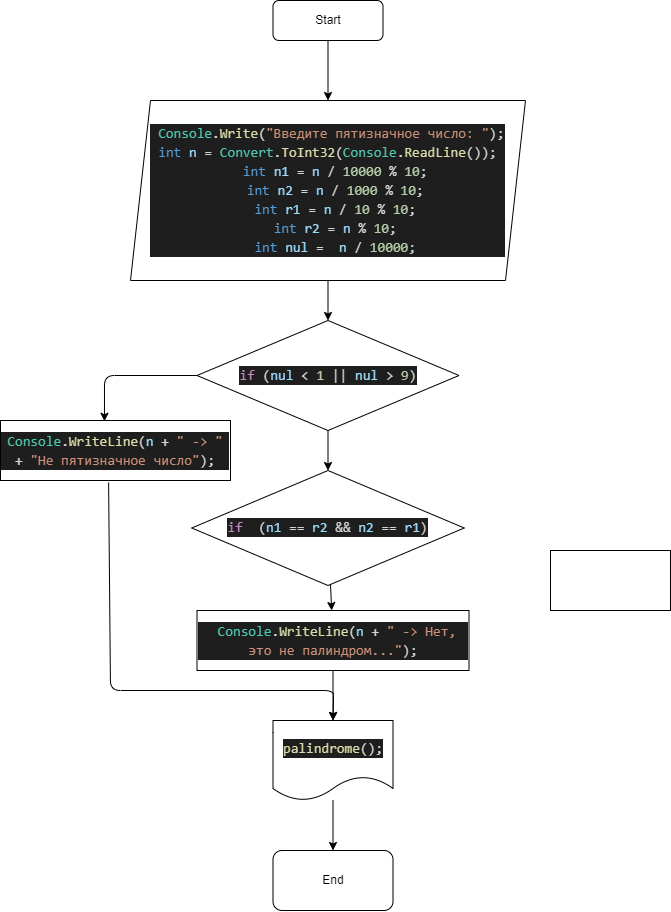
This is Home_work_003/Ex_001_Paliandrome5Digit/diagram_001_Paliandrome5Digit.drawio.png from Alexiker99/CSharpCource, a draw.io export, as it was before one commit. Source tidied: cells renumbered, new cells last; positions are measured from the earlier drawing's top-left corner, leaving out a move shared by most shapes. Source of this version:
```xml
<mxGraphModel>
  <root>
    <mxCell id="0" />
    <mxCell id="1" parent="0" />
    <mxCell id="2" style="edgeStyle=none;html=1;" parent="1" edge="1" source="3" target="5">
      <mxGeometry relative="1" as="geometry" />
    </mxCell>
    <mxCell id="3" value="Start" style="rounded=1;whiteSpace=wrap;html=1;" parent="1" vertex="1">
      <mxGeometry x="272.5" width="110" height="40" as="geometry" />
    </mxCell>
    <mxCell id="4" style="edgeStyle=none;html=1;" parent="1" edge="1" source="5" target="8">
      <mxGeometry relative="1" as="geometry" />
    </mxCell>
    <mxCell id="5" value="&lt;div style=&quot;color: rgb(212 , 212 , 212) ; background-color: rgb(30 , 30 , 30) ; font-family: &amp;#34;consolas&amp;#34; , &amp;#34;courier new&amp;#34; , monospace ; font-size: 14px ; line-height: 19px&quot;&gt;&lt;div&gt;&amp;nbsp;&lt;span style=&quot;color: #4ec9b0&quot;&gt;Console&lt;/span&gt;.&lt;span style=&quot;color: #dcdcaa&quot;&gt;Write&lt;/span&gt;(&lt;span style=&quot;color: #ce9178&quot;&gt;&quot;Введите пятизначное число: &quot;&lt;/span&gt;);&lt;/div&gt;&lt;div&gt;&lt;span style=&quot;color: #569cd6&quot;&gt;int&lt;/span&gt; &lt;span style=&quot;color: #9cdcfe&quot;&gt;n&lt;/span&gt; = &lt;span style=&quot;color: #4ec9b0&quot;&gt;Convert&lt;/span&gt;.&lt;span style=&quot;color: #dcdcaa&quot;&gt;ToInt32&lt;/span&gt;(&lt;span style=&quot;color: #4ec9b0&quot;&gt;Console&lt;/span&gt;.&lt;span style=&quot;color: #dcdcaa&quot;&gt;ReadLine&lt;/span&gt;()); &lt;/div&gt;&lt;div&gt;&amp;nbsp; &lt;span style=&quot;color: #569cd6&quot;&gt;int&lt;/span&gt; &lt;span style=&quot;color: #9cdcfe&quot;&gt;n1&lt;/span&gt; = &lt;span style=&quot;color: #9cdcfe&quot;&gt;n&lt;/span&gt; / &lt;span style=&quot;color: #b5cea8&quot;&gt;10000&lt;/span&gt; % &lt;span style=&quot;color: #b5cea8&quot;&gt;10&lt;/span&gt;;&lt;/div&gt;&lt;div&gt;&amp;nbsp; &lt;span style=&quot;color: #569cd6&quot;&gt;int&lt;/span&gt; &lt;span style=&quot;color: #9cdcfe&quot;&gt;n2&lt;/span&gt; = &lt;span style=&quot;color: #9cdcfe&quot;&gt;n&lt;/span&gt; / &lt;span style=&quot;color: #b5cea8&quot;&gt;1000&lt;/span&gt; % &lt;span style=&quot;color: #b5cea8&quot;&gt;10&lt;/span&gt;;&lt;/div&gt;&lt;div&gt;&amp;nbsp; &lt;span style=&quot;color: #569cd6&quot;&gt;int&lt;/span&gt; &lt;span style=&quot;color: #9cdcfe&quot;&gt;r1&lt;/span&gt; = &lt;span style=&quot;color: #9cdcfe&quot;&gt;n&lt;/span&gt; / &lt;span style=&quot;color: #b5cea8&quot;&gt;10&lt;/span&gt; % &lt;span style=&quot;color: #b5cea8&quot;&gt;10&lt;/span&gt;;&lt;/div&gt;&lt;div&gt;&amp;nbsp; &lt;span style=&quot;color: #569cd6&quot;&gt;int&lt;/span&gt; &lt;span style=&quot;color: #9cdcfe&quot;&gt;r2&lt;/span&gt; = &lt;span style=&quot;color: #9cdcfe&quot;&gt;n&lt;/span&gt; % &lt;span style=&quot;color: #b5cea8&quot;&gt;10&lt;/span&gt;;&lt;/div&gt;&lt;div&gt;&amp;nbsp; &lt;span style=&quot;color: #569cd6&quot;&gt;int&lt;/span&gt; &lt;span style=&quot;color: #9cdcfe&quot;&gt;nul&lt;/span&gt; = &amp;nbsp;&lt;span style=&quot;color: #9cdcfe&quot;&gt;n&lt;/span&gt; / &lt;span style=&quot;color: #b5cea8&quot;&gt;10000&lt;/span&gt;;&lt;/div&gt;&lt;/div&gt;" style="shape=parallelogram;perimeter=parallelogramPerimeter;whiteSpace=wrap;html=1;fixedSize=1;" parent="1" vertex="1">
      <mxGeometry x="130" y="100" width="395" height="180" as="geometry" />
    </mxCell>
    <mxCell id="6" style="edgeStyle=none;html=1;" parent="1" edge="1" source="8" target="13">
      <mxGeometry relative="1" as="geometry" />
    </mxCell>
    <mxCell id="7" style="edgeStyle=none;html=1;entryX=0.452;entryY=0.013;entryDx=0;entryDy=0;entryPerimeter=0;" parent="1" edge="1" source="8" target="17">
      <mxGeometry relative="1" as="geometry">
        <Array as="points">
          <mxPoint x="104" y="375" />
        </Array>
      </mxGeometry>
    </mxCell>
    <mxCell id="8" value="&lt;div style=&quot;color: rgb(212 , 212 , 212) ; background-color: rgb(30 , 30 , 30) ; font-family: &amp;#34;consolas&amp;#34; , &amp;#34;courier new&amp;#34; , monospace ; font-size: 14px ; line-height: 19px&quot;&gt;&lt;span style=&quot;color: #c586c0&quot;&gt;if&lt;/span&gt; (&lt;span style=&quot;color: #9cdcfe&quot;&gt;nul&lt;/span&gt; &amp;lt; &lt;span style=&quot;color: #b5cea8&quot;&gt;1&lt;/span&gt; || &lt;span style=&quot;color: #9cdcfe&quot;&gt;nul&lt;/span&gt; &amp;gt; &lt;span style=&quot;color: #b5cea8&quot;&gt;9&lt;/span&gt;)&lt;/div&gt;" style="rhombus;whiteSpace=wrap;html=1;" parent="1" vertex="1">
      <mxGeometry x="196.5" y="320" width="262" height="110" as="geometry" />
    </mxCell>
    <mxCell id="9" style="edgeStyle=none;html=1;" parent="1" edge="1" source="10" target="11">
      <mxGeometry relative="1" as="geometry" />
    </mxCell>
    <mxCell id="10" value="&lt;div style=&quot;color: rgb(212 , 212 , 212) ; background-color: rgb(30 , 30 , 30) ; font-family: &amp;#34;consolas&amp;#34; , &amp;#34;courier new&amp;#34; , monospace ; font-size: 14px ; line-height: 19px&quot;&gt;&lt;span style=&quot;color: #dcdcaa&quot;&gt;palindrome&lt;/span&gt;();&lt;/div&gt;" style="shape=document;whiteSpace=wrap;html=1;boundedLbl=1;" parent="1" vertex="1">
      <mxGeometry x="272.5" y="720" width="120" height="80" as="geometry" />
    </mxCell>
    <mxCell id="11" value="End" style="rounded=1;whiteSpace=wrap;html=1;" parent="1" vertex="1">
      <mxGeometry x="272.5" y="850" width="120" height="60" as="geometry" />
    </mxCell>
    <mxCell id="12" style="edgeStyle=none;html=1;" parent="1" edge="1" source="13" target="15">
      <mxGeometry relative="1" as="geometry" />
    </mxCell>
    <mxCell id="13" value="&lt;div style=&quot;color: rgb(212 , 212 , 212) ; background-color: rgb(30 , 30 , 30) ; font-family: &amp;#34;consolas&amp;#34; , &amp;#34;courier new&amp;#34; , monospace ; font-size: 14px ; line-height: 19px&quot;&gt;&lt;span style=&quot;color: #c586c0&quot;&gt;if&lt;/span&gt; &amp;nbsp;(&lt;span style=&quot;color: #9cdcfe&quot;&gt;n1&lt;/span&gt; == &lt;span style=&quot;color: #9cdcfe&quot;&gt;r2&lt;/span&gt; &amp;amp;&amp;amp; &lt;span style=&quot;color: #9cdcfe&quot;&gt;n2&lt;/span&gt; == &lt;span style=&quot;color: #9cdcfe&quot;&gt;r1&lt;/span&gt;)&lt;/div&gt;" style="rhombus;whiteSpace=wrap;html=1;" parent="1" vertex="1">
      <mxGeometry x="191.2" y="470" width="272.5" height="115" as="geometry" />
    </mxCell>
    <mxCell id="14" style="edgeStyle=none;html=1;" parent="1" edge="1" source="15" target="10">
      <mxGeometry relative="1" as="geometry" />
    </mxCell>
    <mxCell id="15" value="&lt;div style=&quot;color: rgb(212 , 212 , 212) ; background-color: rgb(30 , 30 , 30) ; font-family: &amp;#34;consolas&amp;#34; , &amp;#34;courier new&amp;#34; , monospace ; font-size: 14px ; line-height: 19px&quot;&gt;&amp;nbsp;&lt;span style=&quot;color: #4ec9b0&quot;&gt;Console&lt;/span&gt;.&lt;span style=&quot;color: #dcdcaa&quot;&gt;WriteLine&lt;/span&gt;(&lt;span style=&quot;color: #9cdcfe&quot;&gt;n&lt;/span&gt; + &lt;span style=&quot;color: #ce9178&quot;&gt;&quot; -&amp;gt; Нет, это не палиндром...&quot;&lt;/span&gt;);&lt;/div&gt;" style="rounded=0;whiteSpace=wrap;html=1;" parent="1" vertex="1">
      <mxGeometry x="196.5" y="610" width="272" height="60" as="geometry" />
    </mxCell>
    <mxCell id="16" style="edgeStyle=none;html=1;entryX=0.5;entryY=0;entryDx=0;entryDy=0;exitX=0.47;exitY=1.033;exitDx=0;exitDy=0;exitPerimeter=0;" parent="1" edge="1" source="17" target="10">
      <mxGeometry relative="1" as="geometry">
        <Array as="points">
          <mxPoint x="110" y="690" />
          <mxPoint x="333" y="690" />
          <mxPoint x="333" y="700" />
        </Array>
      </mxGeometry>
    </mxCell>
    <mxCell id="17" value="&lt;div style=&quot;color: rgb(212 , 212 , 212) ; background-color: rgb(30 , 30 , 30) ; font-family: &amp;#34;consolas&amp;#34; , &amp;#34;courier new&amp;#34; , monospace ; font-size: 14px ; line-height: 19px&quot;&gt;&lt;span style=&quot;color: #4ec9b0&quot;&gt;Console&lt;/span&gt;.&lt;span style=&quot;color: #dcdcaa&quot;&gt;WriteLine&lt;/span&gt;(&lt;span style=&quot;color: #9cdcfe&quot;&gt;n&lt;/span&gt; + &lt;span style=&quot;color: #ce9178&quot;&gt;&quot; -&amp;gt; &quot;&lt;/span&gt; + &lt;span style=&quot;color: #ce9178&quot;&gt;&quot;Не пятизначное число&quot;&lt;/span&gt;);&lt;/div&gt;" style="rounded=0;whiteSpace=wrap;html=1;" parent="1" vertex="1">
      <mxGeometry y="420" width="230" height="60" as="geometry" />
    </mxCell>
    <mxCell id="18" style="rounded=0;whiteSpace=wrap;html=1;" parent="1" vertex="1">
      <mxGeometry x="550" y="550" width="120" height="60" as="geometry" />
    </mxCell>
  </root>
</mxGraphModel>
```
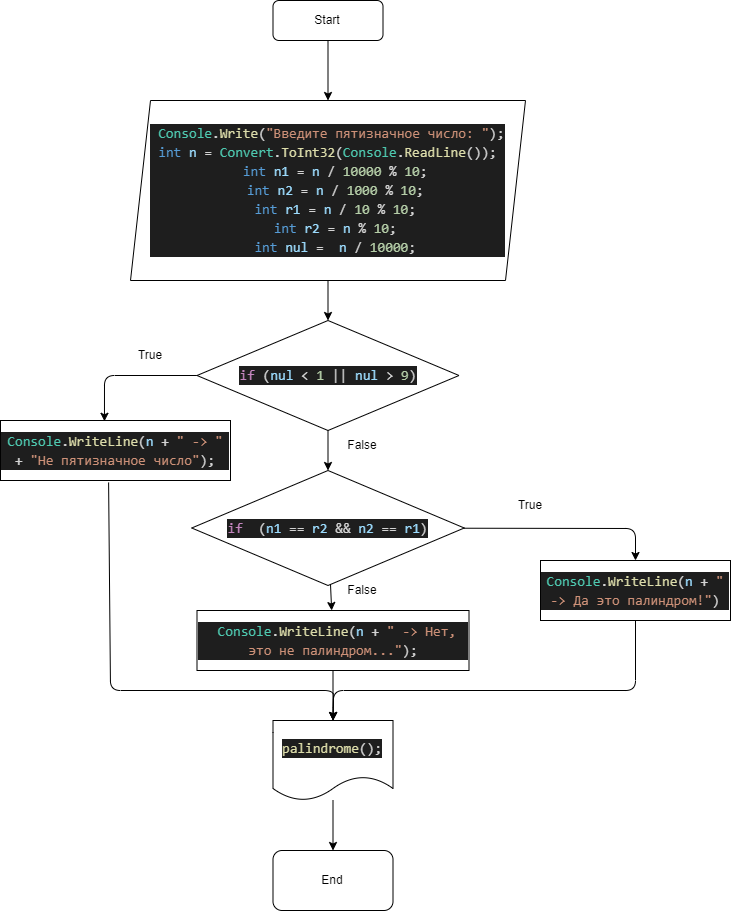
After the commit.

Diff of the diagram source:
```diff
@@ -39,6 +39,13 @@
     <mxCell id="12" style="edgeStyle=none;html=1;" parent="1" edge="1" source="13" target="15">
       <mxGeometry relative="1" as="geometry" />
     </mxCell>
+    <mxCell id="19" style="edgeStyle=none;html=1;" parent="1" edge="1" source="13" target="18">
+      <mxGeometry relative="1" as="geometry">
+        <Array as="points">
+          <mxPoint x="635" y="528" />
+        </Array>
+      </mxGeometry>
+    </mxCell>
     <mxCell id="13" value="&lt;div style=&quot;color: rgb(212 , 212 , 212) ; background-color: rgb(30 , 30 , 30) ; font-family: &amp;#34;consolas&amp;#34; , &amp;#34;courier new&amp;#34; , monospace ; font-size: 14px ; line-height: 19px&quot;&gt;&lt;span style=&quot;color: #c586c0&quot;&gt;if&lt;/span&gt; &amp;nbsp;(&lt;span style=&quot;color: #9cdcfe&quot;&gt;n1&lt;/span&gt; == &lt;span style=&quot;color: #9cdcfe&quot;&gt;r2&lt;/span&gt; &amp;amp;&amp;amp; &lt;span style=&quot;color: #9cdcfe&quot;&gt;n2&lt;/span&gt; == &lt;span style=&quot;color: #9cdcfe&quot;&gt;r1&lt;/span&gt;)&lt;/div&gt;" style="rhombus;whiteSpace=wrap;html=1;" parent="1" vertex="1">
       <mxGeometry x="191.2" y="470" width="272.5" height="115" as="geometry" />
     </mxCell>
@@ -60,8 +67,28 @@
     <mxCell id="17" value="&lt;div style=&quot;color: rgb(212 , 212 , 212) ; background-color: rgb(30 , 30 , 30) ; font-family: &amp;#34;consolas&amp;#34; , &amp;#34;courier new&amp;#34; , monospace ; font-size: 14px ; line-height: 19px&quot;&gt;&lt;span style=&quot;color: #4ec9b0&quot;&gt;Console&lt;/span&gt;.&lt;span style=&quot;color: #dcdcaa&quot;&gt;WriteLine&lt;/span&gt;(&lt;span style=&quot;color: #9cdcfe&quot;&gt;n&lt;/span&gt; + &lt;span style=&quot;color: #ce9178&quot;&gt;&quot; -&amp;gt; &quot;&lt;/span&gt; + &lt;span style=&quot;color: #ce9178&quot;&gt;&quot;Не пятизначное число&quot;&lt;/span&gt;);&lt;/div&gt;" style="rounded=0;whiteSpace=wrap;html=1;" parent="1" vertex="1">
       <mxGeometry y="420" width="230" height="60" as="geometry" />
     </mxCell>
+    <mxCell id="20" style="edgeStyle=none;html=1;entryX=0.5;entryY=0;entryDx=0;entryDy=0;" parent="1" edge="1" source="18" target="10">
+      <mxGeometry relative="1" as="geometry">
+        <Array as="points">
+          <mxPoint x="635" y="690" />
+          <mxPoint x="333" y="690" />
+        </Array>
+      </mxGeometry>
+    </mxCell>
-    <mxCell id="18" style="rounded=0;whiteSpace=wrap;html=1;" parent="1" vertex="1">
-      <mxGeometry x="550" y="550" width="120" height="60" as="geometry" />
+    <mxCell id="18" value="&lt;div style=&quot;color: rgb(212 , 212 , 212) ; background-color: rgb(30 , 30 , 30) ; font-family: &amp;#34;consolas&amp;#34; , &amp;#34;courier new&amp;#34; , monospace ; font-size: 14px ; line-height: 19px&quot;&gt;&lt;span style=&quot;color: #4ec9b0&quot;&gt;Console&lt;/span&gt;.&lt;span style=&quot;color: #dcdcaa&quot;&gt;WriteLine&lt;/span&gt;(&lt;span style=&quot;color: #9cdcfe&quot;&gt;n&lt;/span&gt; + &lt;span style=&quot;color: #ce9178&quot;&gt;&quot; -&amp;gt; Да это палиндром!&quot;&lt;/span&gt;)&lt;/div&gt;" style="rounded=0;whiteSpace=wrap;html=1;" parent="1" vertex="1">
+      <mxGeometry x="540" y="560" width="190" height="60" as="geometry" />
     </mxCell>
+    <mxCell id="21" value="True" style="text;html=1;strokeColor=none;fillColor=none;align=center;verticalAlign=middle;whiteSpace=wrap;rounded=0;" parent="1" vertex="1">
+      <mxGeometry x="120" y="340" width="60" height="30" as="geometry" />
+    </mxCell>
+    <mxCell id="22" value="False" style="text;html=1;strokeColor=none;fillColor=none;align=center;verticalAlign=middle;whiteSpace=wrap;rounded=0;" parent="1" vertex="1">
+      <mxGeometry x="332.5" y="430" width="60" height="30" as="geometry" />
+    </mxCell>
+    <mxCell id="23" value="True" style="text;html=1;strokeColor=none;fillColor=none;align=center;verticalAlign=middle;whiteSpace=wrap;rounded=0;" parent="1" vertex="1">
+      <mxGeometry x="500" y="490" width="60" height="30" as="geometry" />
+    </mxCell>
+    <mxCell id="24" value="False" style="text;html=1;strokeColor=none;fillColor=none;align=center;verticalAlign=middle;whiteSpace=wrap;rounded=0;" parent="1" vertex="1">
+      <mxGeometry x="332.5" y="575" width="60" height="30" as="geometry" />
+    </mxCell>
   </root>
 </mxGraphModel>
```
